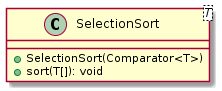
P-Kalin/kit26a keeps this PlantUML diagram as malokhvii-eduard/malokhvii05/doc/plantuml/png/ua.khpi.oop.malokhvii05.common.algorithms.sort.SelectionSort.png. Above is the earlier version.
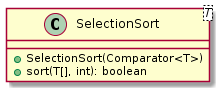
After the change.

The edit, as a diff of the source:
```diff
@@ -2,7 +2,7 @@
 
     class SelectionSort<T> {
         +SelectionSort(Comparator<T>)
-        +sort(T[]): void
+        +sort(T[], int): boolean
     }
 
 @enduml
```
